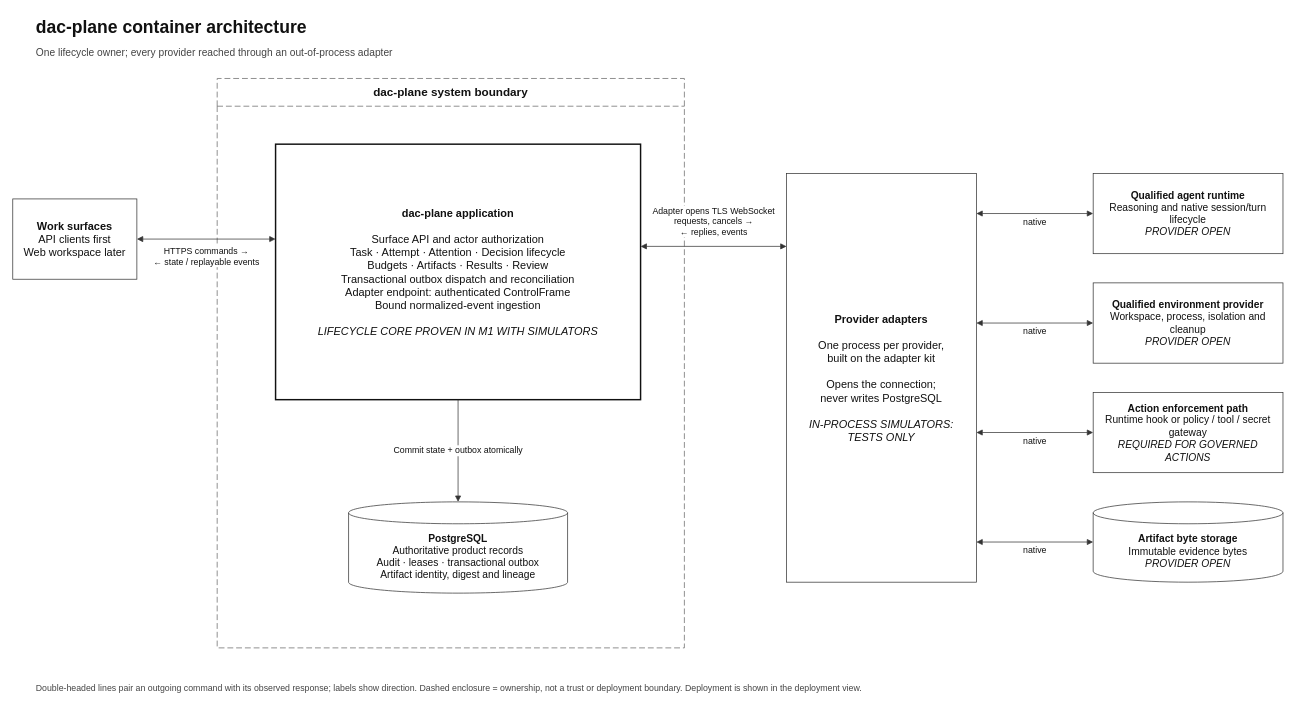
This is docs/architecture/container-view.drawio from dac-plane/dac-plane, a draw.io file, before an edit. Source tidied: cells renumbered, new cells numbered last; positions are measured from the earlier drawing's top-left corner, leaving out a move shared by most shapes. Both pictures are drawn from the tidied source at 73%, with x=0, y=0 at pixel (12, 12).
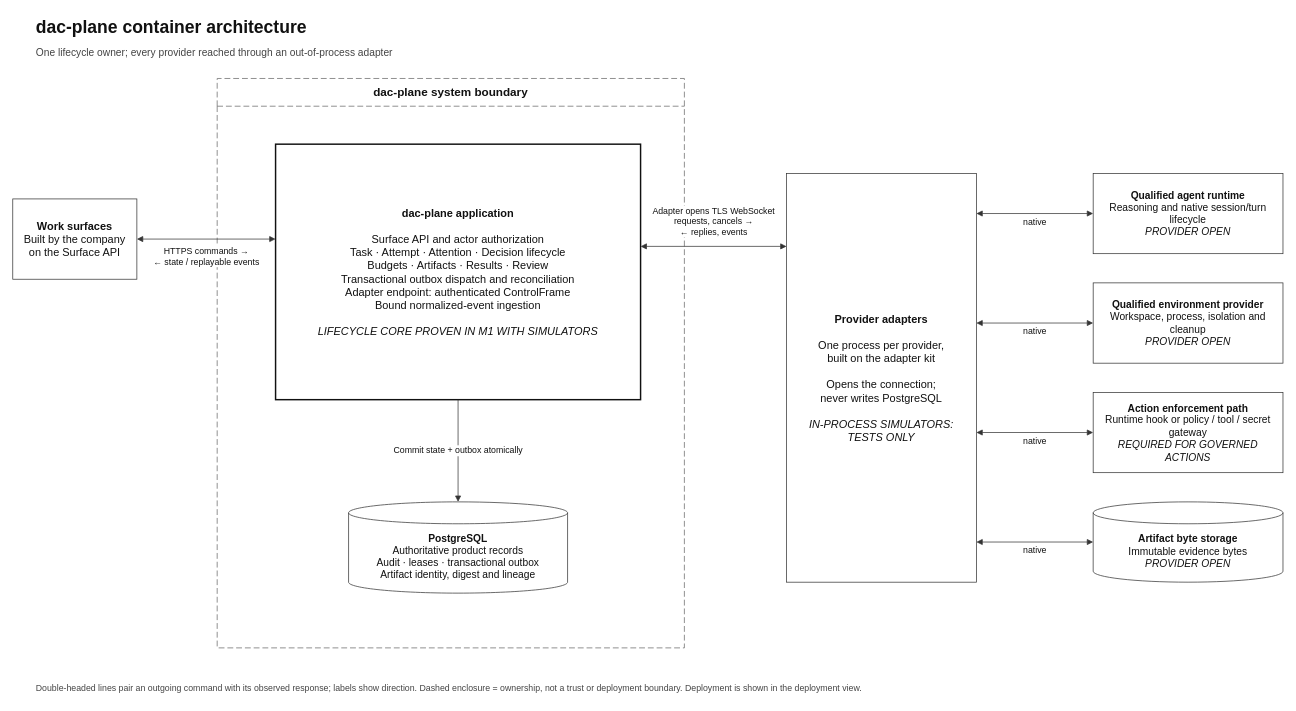
After the change.

Commit message (it also covers changes not shown here):
feat(docs): add decision records section to README.md clarifying dac-plane terminology and architecture

What changed in the source:
```diff
@@
-    <mxCell id="4" value="&lt;b&gt;Work surfaces&lt;/b&gt;&lt;br&gt;API clients first&lt;br&gt;Web workspace later" style="rounded=0;whiteSpace=wrap;html=1;fillColor=#FFFFFF;strokeColor=#333333;fontColor=#111111;fontSize=15;spacing=10;" parent="1" vertex="1">
+    <mxCell id="4" value="&lt;b&gt;Work surfaces&lt;/b&gt;&lt;br&gt;Built by the company&lt;br&gt;on the Surface API" style="rounded=0;whiteSpace=wrap;html=1;fillColor=#FFFFFF;strokeColor=#333333;fontColor=#111111;fontSize=15;spacing=10;" parent="1" vertex="1">
       <mxGeometry y="255" width="170" height="110" as="geometry" />
     </mxCell>
```
